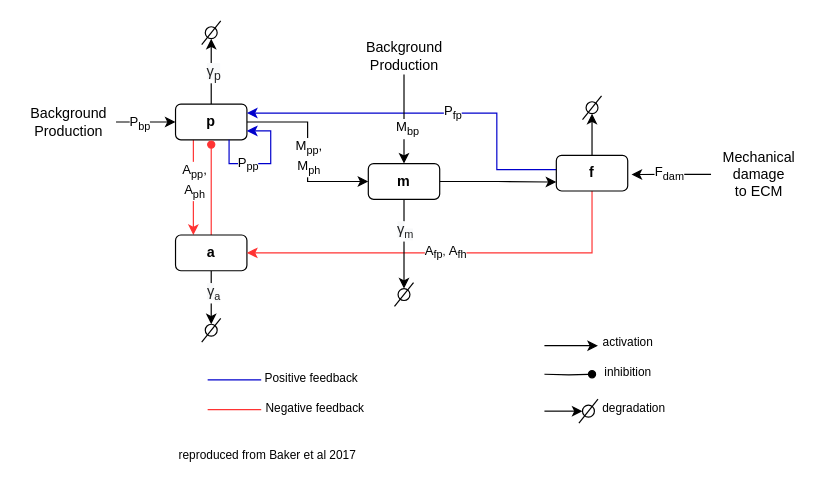
Above: diagrams/Untitled Diagram.drawio in explodecomputer/DynaMR (draw.io), before the change. Source tidied: cells renumbered, new cells numbered last; positions are measured from the earlier drawing's top-left corner, leaving out a move shared by most shapes. Both pictures are drawn from the tidied source at 119%, with x=0, y=0 at pixel (20, 20).
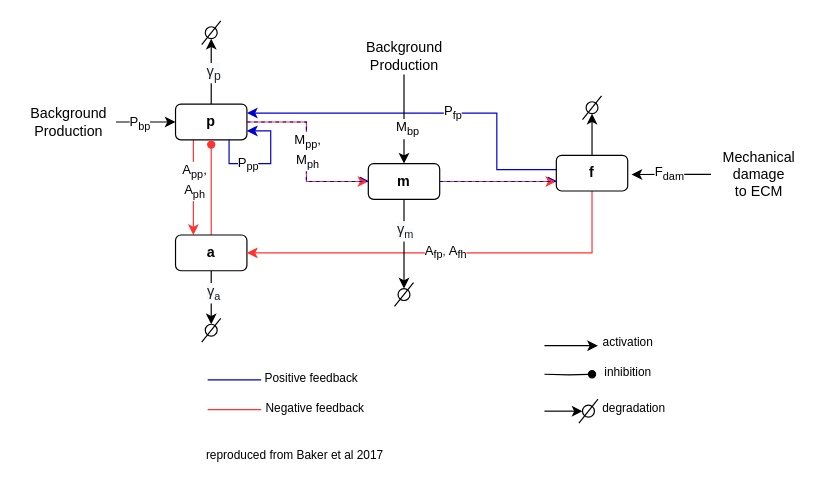
The same page after the edit.

Unchanged cells that the change refers to:
```xml
<mxCell id="8" value="&lt;b&gt;p&lt;/b&gt;" style="rounded=1;whiteSpace=wrap;html=1;" parent="1" vertex="1">
  <mxGeometry x="130" y="70" width="60" height="30" as="geometry" />
</mxCell>
<mxCell id="18" value="&lt;b&gt;f&lt;/b&gt;" style="rounded=1;whiteSpace=wrap;html=1;" parent="1" vertex="1">
  <mxGeometry x="450" y="113" width="60" height="30" as="geometry" />
</mxCell>
<mxCell id="22" value="&lt;b&gt;m&lt;/b&gt;" style="rounded=1;whiteSpace=wrap;html=1;" parent="1" vertex="1">
  <mxGeometry x="292" y="120" width="60" height="30" as="geometry" />
</mxCell>
```

Diff of the diagram source:
```diff
@@
-    <mxCell id="2" style="edgeStyle=orthogonalEdgeStyle;rounded=0;jettySize=auto;html=1;exitX=1;exitY=0.5;exitDx=0;exitDy=0;entryX=0;entryY=0.5;entryDx=0;entryDy=0;" parent="1" edge="1" source="8" target="22">
-      <mxGeometry relative="1" as="geometry" />
-    </mxCell>
-    <mxCell id="3" value="M&lt;sub&gt;pp&lt;/sub&gt;,&lt;br&gt;M&lt;sub&gt;ph&lt;/sub&gt;" style="edgeLabel;html=1;align=center;verticalAlign=middle;" parent="2" vertex="1">
-      <mxGeometry x="-0.07" relative="1" as="geometry">
-        <mxPoint y="9" as="offset" />
-      </mxGeometry>
-    </mxCell>
@@
-    <mxCell id="19" style="edgeStyle=orthogonalEdgeStyle;rounded=0;jettySize=auto;html=1;exitX=1;exitY=0.5;exitDx=0;exitDy=0;entryX=0;entryY=0.75;entryDx=0;entryDy=0;" parent="1" edge="1" source="22" target="18">
-      <mxGeometry relative="1" as="geometry" />
-    </mxCell>
@@
     <mxCell id="25" value="&lt;div class=&quot;page&quot; title=&quot;Page 1&quot;&gt;&lt;div class=&quot;section&quot; style=&quot;background-color: rgb(255 , 255 , 255)&quot;&gt;&lt;div class=&quot;layoutArea&quot;&gt;&lt;div class=&quot;column&quot;&gt;&lt;p&gt;&lt;span style=&quot;font-family: &amp;#34;calibri&amp;#34;&quot;&gt;&lt;font style=&quot;font-size: 10px&quot;&gt;reproduced from Baker et al 2017&lt;/font&gt;&lt;/span&gt;&lt;/p&gt;&lt;/div&gt;&lt;/div&gt;&lt;/div&gt;&lt;/div&gt;" style="text;html=1;align=center;verticalAlign=middle;strokeColor=none;" parent="1" vertex="1">
-      <mxGeometry x="132" y="345" width="150" height="40" as="geometry" />
+      <mxGeometry x="155" y="345" width="150" height="40" as="geometry" />
     </mxCell>
@@
+    <mxCell id="55" style="rounded=0;orthogonalLoop=1;jettySize=auto;html=1;strokeColor=#FF3333;edgeStyle=orthogonalEdgeStyle;endArrow=classic;endFill=1;" parent="1" edge="1">
+      <mxGeometry relative="1" as="geometry">
+        <mxPoint x="352" y="135" as="sourcePoint" />
+        <mxPoint x="450" y="135" as="targetPoint" />
+        <Array as="points">
+          <mxPoint x="352" y="135" />
+          <mxPoint x="450" y="135" />
+        </Array>
+      </mxGeometry>
+    </mxCell>
+    <mxCell id="56" style="rounded=0;jettySize=auto;html=1;edgeStyle=orthogonalEdgeStyle;endArrow=openAsync;endFill=0;strokeColor=#0000CC;exitX=1;exitY=0.5;exitDx=0;exitDy=0;dashed=1;" parent="1" edge="1" source="22">
+      <mxGeometry relative="1" as="geometry">
+        <mxPoint x="450" y="135" as="targetPoint" />
+        <Array as="points">
+          <mxPoint x="450" y="135" />
+        </Array>
+      </mxGeometry>
+    </mxCell>
+    <mxCell id="57" style="rounded=0;jettySize=auto;html=1;strokeColor=#FF3333;edgeStyle=orthogonalEdgeStyle;endArrow=classic;endFill=1;entryX=0;entryY=0.5;entryDx=0;entryDy=0;" parent="1" edge="1" target="22">
+      <mxGeometry relative="1" as="geometry">
+        <mxPoint x="190" y="85" as="sourcePoint" />
+        <Array as="points">
+          <mxPoint x="240" y="85" />
+          <mxPoint x="240" y="135" />
+        </Array>
+      </mxGeometry>
+    </mxCell>
+    <mxCell id="2" style="rounded=0;jettySize=auto;html=1;edgeStyle=orthogonalEdgeStyle;endArrow=openAsync;endFill=0;strokeColor=#0000CC;exitX=1;exitY=0.5;exitDx=0;exitDy=0;dashed=1;entryX=0;entryY=0.5;entryDx=0;entryDy=0;" parent="1" edge="1" source="8" target="22">
+      <mxGeometry relative="1" as="geometry">
+        <Array as="points">
+          <mxPoint x="240" y="85" />
+          <mxPoint x="240" y="135" />
+        </Array>
+      </mxGeometry>
+    </mxCell>
+    <mxCell id="3" value="M&lt;sub&gt;pp&lt;/sub&gt;,&lt;br&gt;M&lt;sub&gt;ph&lt;/sub&gt;" style="edgeLabel;html=1;align=center;verticalAlign=middle;" parent="2" vertex="1">
+      <mxGeometry x="-0.12" relative="1" as="geometry">
+        <mxPoint y="7" as="offset" />
+      </mxGeometry>
+    </mxCell>
```
